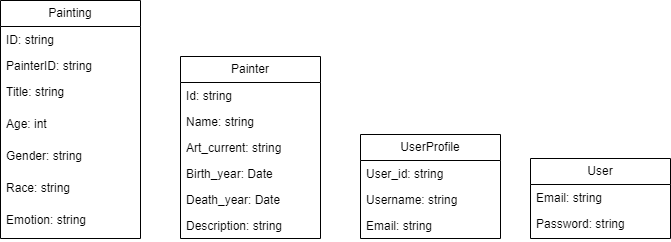
mariaecaterinaolariu/WADE keeps this draw.io diagram as images/main_models.png. Above is the earlier version. Source tidied: cells renumbered, new cells last; positions are measured from the earlier drawing's top-left corner, leaving out a move shared by most shapes. Source of this version:
```xml
<mxGraphModel>
  <root>
    <mxCell id="0" />
    <mxCell id="1" parent="0" />
    <mxCell id="2" value="Painting" style="swimlane;fontStyle=0;horizontal=1;startSize=26;fillColor=none;whiteSpace=wrap;html=1;" parent="1" vertex="1">
      <mxGeometry width="140" height="238" as="geometry" />
    </mxCell>
    <mxCell id="3" value="ID: string" style="text;strokeColor=none;fillColor=none;align=left;verticalAlign=top;spacingLeft=4;spacingRight=4;overflow=hidden;whiteSpace=wrap;html=1;" parent="2" vertex="1">
      <mxGeometry y="26" width="140" height="26" as="geometry" />
    </mxCell>
    <mxCell id="4" value="PainterID: string" style="text;strokeColor=none;fillColor=none;align=left;verticalAlign=top;spacingLeft=4;spacingRight=4;overflow=hidden;whiteSpace=wrap;html=1;" parent="2" vertex="1">
      <mxGeometry y="52" width="140" height="26" as="geometry" />
    </mxCell>
    <mxCell id="5" value="Title: string" style="text;strokeColor=none;fillColor=none;align=left;verticalAlign=top;spacingLeft=4;spacingRight=4;overflow=hidden;whiteSpace=wrap;html=1;" parent="2" vertex="1">
      <mxGeometry y="78" width="140" height="32" as="geometry" />
    </mxCell>
    <mxCell id="6" value="Age: int" style="text;strokeColor=none;fillColor=none;align=left;verticalAlign=top;spacingLeft=4;spacingRight=4;overflow=hidden;whiteSpace=wrap;html=1;" parent="2" vertex="1">
      <mxGeometry y="110" width="140" height="32" as="geometry" />
    </mxCell>
    <mxCell id="7" value="Gender: string" style="text;strokeColor=none;fillColor=none;align=left;verticalAlign=top;spacingLeft=4;spacingRight=4;overflow=hidden;whiteSpace=wrap;html=1;" parent="2" vertex="1">
      <mxGeometry y="142" width="140" height="32" as="geometry" />
    </mxCell>
    <mxCell id="8" value="Race: string" style="text;strokeColor=none;fillColor=none;align=left;verticalAlign=top;spacingLeft=4;spacingRight=4;overflow=hidden;whiteSpace=wrap;html=1;" parent="2" vertex="1">
      <mxGeometry y="174" width="140" height="32" as="geometry" />
    </mxCell>
    <mxCell id="9" value="Emotion: string" style="text;strokeColor=none;fillColor=none;align=left;verticalAlign=top;spacingLeft=4;spacingRight=4;overflow=hidden;whiteSpace=wrap;html=1;" parent="2" vertex="1">
      <mxGeometry y="206" width="140" height="32" as="geometry" />
    </mxCell>
    <mxCell id="10" value="User" style="swimlane;fontStyle=0;horizontal=1;startSize=26;fillColor=none;whiteSpace=wrap;html=1;" parent="1" vertex="1">
      <mxGeometry x="530" y="158" width="140" height="80" as="geometry" />
    </mxCell>
    <mxCell id="11" value="Email: string" style="text;strokeColor=none;fillColor=none;align=left;verticalAlign=top;spacingLeft=4;spacingRight=4;overflow=hidden;whiteSpace=wrap;html=1;" parent="10" vertex="1">
      <mxGeometry y="26" width="140" height="26" as="geometry" />
    </mxCell>
    <mxCell id="12" value="Password: string" style="text;strokeColor=none;fillColor=none;align=left;verticalAlign=top;spacingLeft=4;spacingRight=4;overflow=hidden;whiteSpace=wrap;html=1;" parent="10" vertex="1">
      <mxGeometry y="52" width="140" height="28" as="geometry" />
    </mxCell>
    <mxCell id="13" value="Painter" style="swimlane;fontStyle=0;horizontal=1;startSize=26;fillColor=none;whiteSpace=wrap;html=1;" parent="1" vertex="1">
      <mxGeometry x="180" y="56" width="140" height="182" as="geometry" />
    </mxCell>
    <mxCell id="14" value="Id: string" style="text;strokeColor=none;fillColor=none;align=left;verticalAlign=top;spacingLeft=4;spacingRight=4;overflow=hidden;whiteSpace=wrap;html=1;" parent="13" vertex="1">
      <mxGeometry y="26" width="140" height="26" as="geometry" />
    </mxCell>
    <mxCell id="15" value="Name: string" style="text;strokeColor=none;fillColor=none;align=left;verticalAlign=top;spacingLeft=4;spacingRight=4;overflow=hidden;whiteSpace=wrap;html=1;" parent="13" vertex="1">
      <mxGeometry y="52" width="140" height="26" as="geometry" />
    </mxCell>
    <mxCell id="16" value="Art_current: string" style="text;strokeColor=none;fillColor=none;align=left;verticalAlign=top;spacingLeft=4;spacingRight=4;overflow=hidden;whiteSpace=wrap;html=1;" parent="13" vertex="1">
      <mxGeometry y="78" width="140" height="26" as="geometry" />
    </mxCell>
    <mxCell id="17" value="Birth_year: Date" style="text;strokeColor=none;fillColor=none;align=left;verticalAlign=top;spacingLeft=4;spacingRight=4;overflow=hidden;whiteSpace=wrap;html=1;" parent="13" vertex="1">
      <mxGeometry y="104" width="140" height="26" as="geometry" />
    </mxCell>
    <mxCell id="18" value="Death_year: Date" style="text;strokeColor=none;fillColor=none;align=left;verticalAlign=top;spacingLeft=4;spacingRight=4;overflow=hidden;whiteSpace=wrap;html=1;" parent="13" vertex="1">
      <mxGeometry y="130" width="140" height="26" as="geometry" />
    </mxCell>
    <mxCell id="19" value="Description: string" style="text;strokeColor=none;fillColor=none;align=left;verticalAlign=top;spacingLeft=4;spacingRight=4;overflow=hidden;whiteSpace=wrap;html=1;" parent="13" vertex="1">
      <mxGeometry y="156" width="140" height="26" as="geometry" />
    </mxCell>
    <mxCell id="20" value="UserProfile" style="swimlane;fontStyle=0;horizontal=1;startSize=26;fillColor=none;whiteSpace=wrap;html=1;" parent="1" vertex="1">
      <mxGeometry x="360" y="134" width="140" height="104" as="geometry" />
    </mxCell>
    <mxCell id="21" value="User_id: string" style="text;strokeColor=none;fillColor=none;align=left;verticalAlign=top;spacingLeft=4;spacingRight=4;overflow=hidden;whiteSpace=wrap;html=1;" parent="20" vertex="1">
      <mxGeometry y="26" width="140" height="26" as="geometry" />
    </mxCell>
    <mxCell id="22" value="Username: string" style="text;strokeColor=none;fillColor=none;align=left;verticalAlign=top;spacingLeft=4;spacingRight=4;overflow=hidden;whiteSpace=wrap;html=1;" parent="20" vertex="1">
      <mxGeometry y="52" width="140" height="26" as="geometry" />
    </mxCell>
    <mxCell id="23" value="Email: string" style="text;strokeColor=none;fillColor=none;align=left;verticalAlign=top;spacingLeft=4;spacingRight=4;overflow=hidden;whiteSpace=wrap;html=1;" parent="20" vertex="1">
      <mxGeometry y="78" width="140" height="26" as="geometry" />
    </mxCell>
  </root>
</mxGraphModel>
```
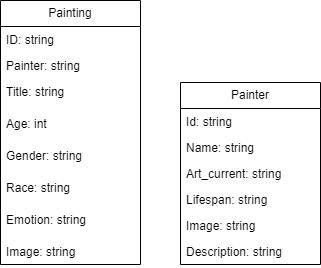
Later version of the same file.

What changed in the source:
```diff
@@ -3,12 +3,12 @@
     <mxCell id="0" />
     <mxCell id="1" parent="0" />
     <mxCell id="2" value="Painting" style="swimlane;fontStyle=0;horizontal=1;startSize=26;fillColor=none;whiteSpace=wrap;html=1;" parent="1" vertex="1">
-      <mxGeometry width="140" height="238" as="geometry" />
+      <mxGeometry width="140" height="264" as="geometry" />
     </mxCell>
     <mxCell id="3" value="ID: string" style="text;strokeColor=none;fillColor=none;align=left;verticalAlign=top;spacingLeft=4;spacingRight=4;overflow=hidden;whiteSpace=wrap;html=1;" parent="2" vertex="1">
       <mxGeometry y="26" width="140" height="26" as="geometry" />
     </mxCell>
-    <mxCell id="4" value="PainterID: string" style="text;strokeColor=none;fillColor=none;align=left;verticalAlign=top;spacingLeft=4;spacingRight=4;overflow=hidden;whiteSpace=wrap;html=1;" parent="2" vertex="1">
+    <mxCell id="4" value="Painter: string" style="text;strokeColor=none;fillColor=none;align=left;verticalAlign=top;spacingLeft=4;spacingRight=4;overflow=hidden;whiteSpace=wrap;html=1;" parent="2" vertex="1">
       <mxGeometry y="52" width="140" height="26" as="geometry" />
     </mxCell>
     <mxCell id="5" value="Title: string" style="text;strokeColor=none;fillColor=none;align=left;verticalAlign=top;spacingLeft=4;spacingRight=4;overflow=hidden;whiteSpace=wrap;html=1;" parent="2" vertex="1">
@@ -26,17 +26,11 @@
     <mxCell id="9" value="Emotion: string" style="text;strokeColor=none;fillColor=none;align=left;verticalAlign=top;spacingLeft=4;spacingRight=4;overflow=hidden;whiteSpace=wrap;html=1;" parent="2" vertex="1">
       <mxGeometry y="206" width="140" height="32" as="geometry" />
     </mxCell>
-    <mxCell id="10" value="User" style="swimlane;fontStyle=0;horizontal=1;startSize=26;fillColor=none;whiteSpace=wrap;html=1;" parent="1" vertex="1">
-      <mxGeometry x="530" y="158" width="140" height="80" as="geometry" />
-    </mxCell>
-    <mxCell id="11" value="Email: string" style="text;strokeColor=none;fillColor=none;align=left;verticalAlign=top;spacingLeft=4;spacingRight=4;overflow=hidden;whiteSpace=wrap;html=1;" parent="10" vertex="1">
-      <mxGeometry y="26" width="140" height="26" as="geometry" />
-    </mxCell>
-    <mxCell id="12" value="Password: string" style="text;strokeColor=none;fillColor=none;align=left;verticalAlign=top;spacingLeft=4;spacingRight=4;overflow=hidden;whiteSpace=wrap;html=1;" parent="10" vertex="1">
-      <mxGeometry y="52" width="140" height="28" as="geometry" />
-    </mxCell>
+    <mxCell id="24" value="Image: string" style="text;strokeColor=none;fillColor=none;align=left;verticalAlign=top;spacingLeft=4;spacingRight=4;overflow=hidden;whiteSpace=wrap;html=1;" parent="2" vertex="1">
+      <mxGeometry y="238" width="140" height="26" as="geometry" />
+    </mxCell>
     <mxCell id="13" value="Painter" style="swimlane;fontStyle=0;horizontal=1;startSize=26;fillColor=none;whiteSpace=wrap;html=1;" parent="1" vertex="1">
-      <mxGeometry x="180" y="56" width="140" height="182" as="geometry" />
+      <mxGeometry x="180" y="82" width="140" height="182" as="geometry" />
     </mxCell>
     <mxCell id="14" value="Id: string" style="text;strokeColor=none;fillColor=none;align=left;verticalAlign=top;spacingLeft=4;spacingRight=4;overflow=hidden;whiteSpace=wrap;html=1;" parent="13" vertex="1">
       <mxGeometry y="26" width="140" height="26" as="geometry" />
@@ -47,26 +41,14 @@
     <mxCell id="16" value="Art_current: string" style="text;strokeColor=none;fillColor=none;align=left;verticalAlign=top;spacingLeft=4;spacingRight=4;overflow=hidden;whiteSpace=wrap;html=1;" parent="13" vertex="1">
       <mxGeometry y="78" width="140" height="26" as="geometry" />
     </mxCell>
-    <mxCell id="17" value="Birth_year: Date" style="text;strokeColor=none;fillColor=none;align=left;verticalAlign=top;spacingLeft=4;spacingRight=4;overflow=hidden;whiteSpace=wrap;html=1;" parent="13" vertex="1">
+    <mxCell id="17" value="Lifespan: string" style="text;strokeColor=none;fillColor=none;align=left;verticalAlign=top;spacingLeft=4;spacingRight=4;overflow=hidden;whiteSpace=wrap;html=1;" parent="13" vertex="1">
       <mxGeometry y="104" width="140" height="26" as="geometry" />
     </mxCell>
-    <mxCell id="18" value="Death_year: Date" style="text;strokeColor=none;fillColor=none;align=left;verticalAlign=top;spacingLeft=4;spacingRight=4;overflow=hidden;whiteSpace=wrap;html=1;" parent="13" vertex="1">
+    <mxCell id="18" value="Image: string" style="text;strokeColor=none;fillColor=none;align=left;verticalAlign=top;spacingLeft=4;spacingRight=4;overflow=hidden;whiteSpace=wrap;html=1;" parent="13" vertex="1">
       <mxGeometry y="130" width="140" height="26" as="geometry" />
     </mxCell>
     <mxCell id="19" value="Description: string" style="text;strokeColor=none;fillColor=none;align=left;verticalAlign=top;spacingLeft=4;spacingRight=4;overflow=hidden;whiteSpace=wrap;html=1;" parent="13" vertex="1">
       <mxGeometry y="156" width="140" height="26" as="geometry" />
     </mxCell>
-    <mxCell id="20" value="UserProfile" style="swimlane;fontStyle=0;horizontal=1;startSize=26;fillColor=none;whiteSpace=wrap;html=1;" parent="1" vertex="1">
-      <mxGeometry x="360" y="134" width="140" height="104" as="geometry" />
-    </mxCell>
-    <mxCell id="21" value="User_id: string" style="text;strokeColor=none;fillColor=none;align=left;verticalAlign=top;spacingLeft=4;spacingRight=4;overflow=hidden;whiteSpace=wrap;html=1;" parent="20" vertex="1">
-      <mxGeometry y="26" width="140" height="26" as="geometry" />
-    </mxCell>
-    <mxCell id="22" value="Username: string" style="text;strokeColor=none;fillColor=none;align=left;verticalAlign=top;spacingLeft=4;spacingRight=4;overflow=hidden;whiteSpace=wrap;html=1;" parent="20" vertex="1">
-      <mxGeometry y="52" width="140" height="26" as="geometry" />
-    </mxCell>
-    <mxCell id="23" value="Email: string" style="text;strokeColor=none;fillColor=none;align=left;verticalAlign=top;spacingLeft=4;spacingRight=4;overflow=hidden;whiteSpace=wrap;html=1;" parent="20" vertex="1">
-      <mxGeometry y="78" width="140" height="26" as="geometry" />
-    </mxCell>
   </root>
 </mxGraphModel>
```
